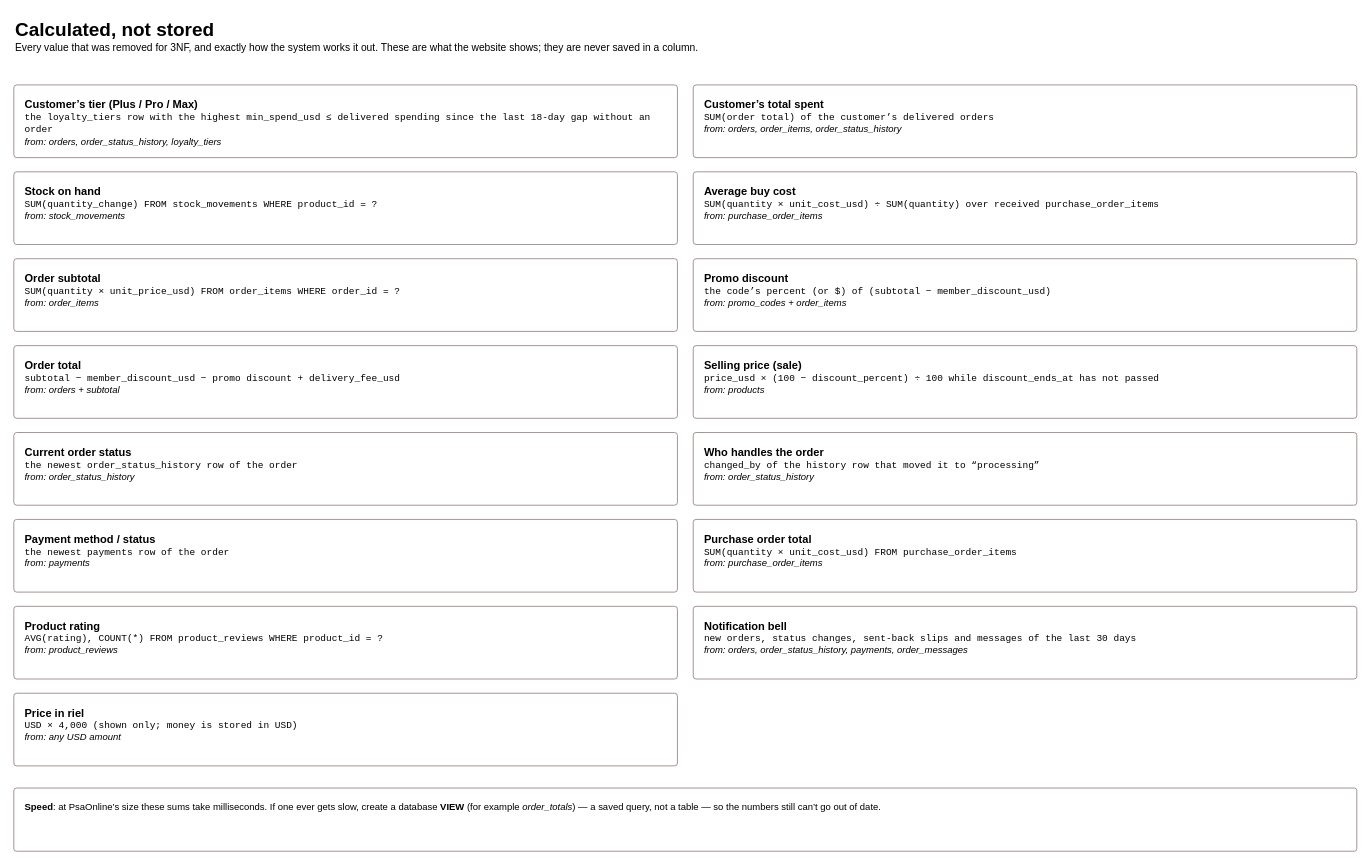
Cchheanglim/psaaccessoriesonline keeps this draw.io diagram as page "Calculated, not stored" (4 of 14) of docs/PsaOnline-database-3NF.drawio. Above is the earlier version. Source tidied: cells renumbered, new cells numbered last; positions are measured from the earlier drawing's top-left corner, leaving out a move shared by most shapes. Both pictures are drawn from the tidied source at 79%, with x=0, y=0 at pixel (13, 13).
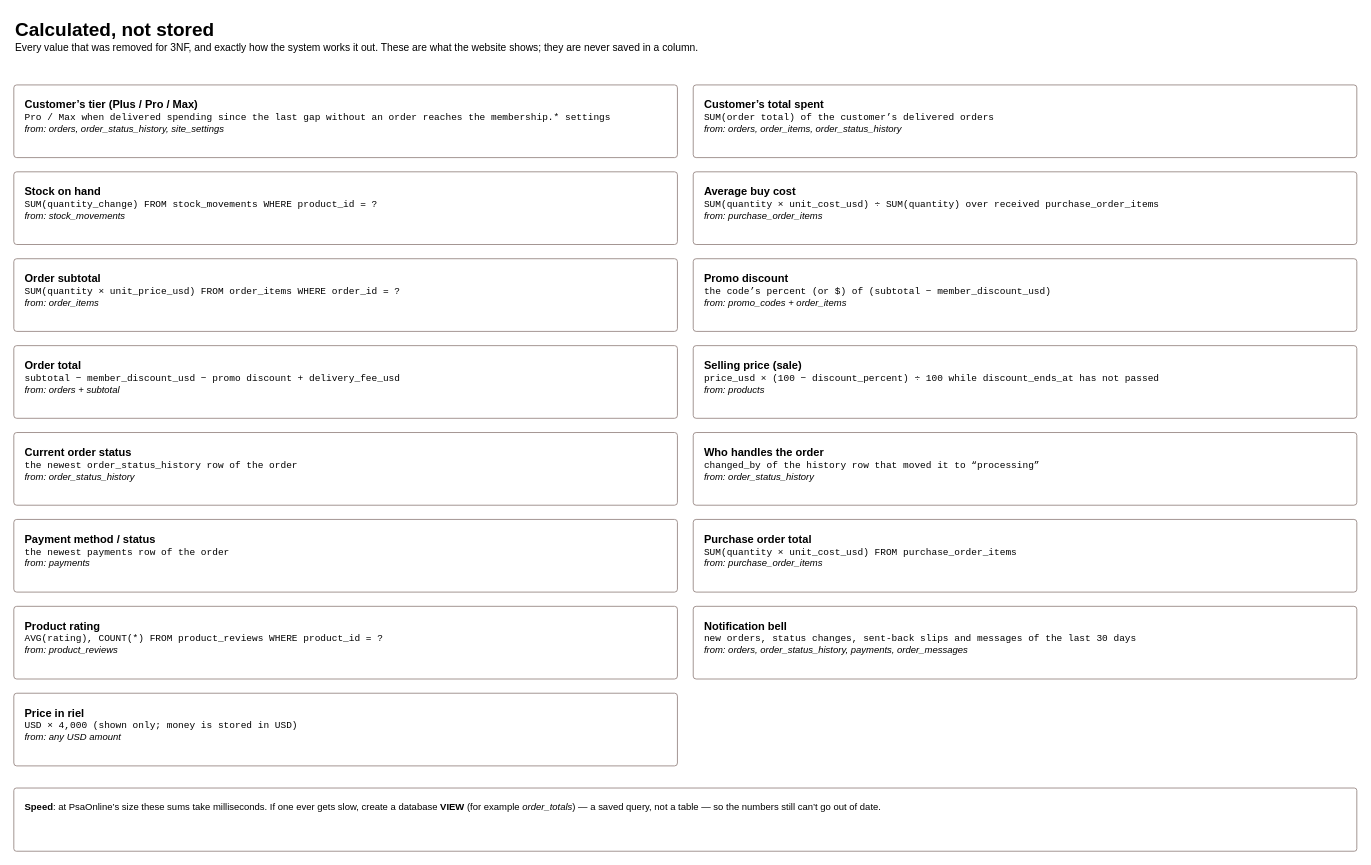
Above is the later version.

The edit, as a diff of the source:
```diff
@@
 <mxGraphModel>
   <root>
     <mxCell id="0" />
     <mxCell id="1" parent="0" />
     <mxCell id="2" value="&lt;b style=&quot;font-size:24px&quot;&gt;Calculated, not stored&lt;/b&gt;&lt;br&gt;&lt;span style=&quot;font-size:13px&quot;&gt;Every value that was removed for 3NF, and exactly how the system works it out. These are what the website shows; they are never saved in a column.&lt;/span&gt;" style="text;html=1;align=left;verticalAlign=top;whiteSpace=wrap;fontSize=13;" parent="1" vertex="1">
       <mxGeometry width="1700" height="70" as="geometry" />
     </mxCell>
-    <mxCell id="3" value="&lt;b style=&quot;font-size:14px&quot;&gt;Customer’s tier (Plus / Pro / Max)&lt;/b&gt;&lt;br&gt;&lt;span style=&quot;font-family:monospace&quot;&gt;the loyalty_tiers row with the highest min_spend_usd ≤ delivered spending since the last 18-day gap without an order&lt;/span&gt;&lt;br&gt;&lt;i&gt;from: orders, order_status_history, loyalty_tiers&lt;/i&gt;" style="rounded=1;arcSize=4;whiteSpace=wrap;html=1;align=left;verticalAlign=top;spacingLeft=12;spacingTop=10;spacingRight=12;fontSize=12;fontColor=#000000;fillColor=#FFFFFF;strokeColor=#8C7A76;" parent="1" vertex="1">
-      <mxGeometry y="90" width="840" height="92" as="geometry" />
-    </mxCell>
+    <mxCell id="19" value="&lt;b style=&quot;font-size:14px&quot;&gt;Customer’s tier (Plus / Pro / Max)&lt;/b&gt;&lt;br&gt;&lt;span style=&quot;font-family:monospace&quot;&gt;Pro / Max when delivered spending since the last gap without an order reaches the membership.* settings&lt;/span&gt;&lt;br&gt;&lt;i&gt;from: orders, order_status_history, site_settings&lt;/i&gt;" style="rounded=1;arcSize=4;whiteSpace=wrap;html=1;align=left;verticalAlign=top;spacingLeft=12;spacingTop=10;spacingRight=12;fontSize=12;fontColor=#000000;fillColor=#FFFFFF;strokeColor=#8C7A76;" parent="1" vertex="1">
+      <mxGeometry y="90" width="840" height="92" as="geometry" />
+    </mxCell>
     <mxCell id="4" value="&lt;b style=&quot;font-size:14px&quot;&gt;Customer’s total spent&lt;/b&gt;&lt;br&gt;&lt;span style=&quot;font-family:monospace&quot;&gt;SUM(order total) of the customer’s delivered orders&lt;/span&gt;&lt;br&gt;&lt;i&gt;from: orders, order_items, order_status_history&lt;/i&gt;" style="rounded=1;arcSize=4;whiteSpace=wrap;html=1;align=left;verticalAlign=top;spacingLeft=12;spacingTop=10;spacingRight=12;fontSize=12;fontColor=#000000;fillColor=#FFFFFF;strokeColor=#8C7A76;" parent="1" vertex="1">
       <mxGeometry x="860" y="90" width="840" height="92" as="geometry" />
     </mxCell>
     <mxCell id="5" value="&lt;b style=&quot;font-size:14px&quot;&gt;Stock on hand&lt;/b&gt;&lt;br&gt;&lt;span style=&quot;font-family:monospace&quot;&gt;SUM(quantity_change) FROM stock_movements WHERE product_id = ?&lt;/span&gt;&lt;br&gt;&lt;i&gt;from: stock_movements&lt;/i&gt;" style="rounded=1;arcSize=4;whiteSpace=wrap;html=1;align=left;verticalAlign=top;spacingLeft=12;spacingTop=10;spacingRight=12;fontSize=12;fontColor=#000000;fillColor=#FFFFFF;strokeColor=#8C7A76;" parent="1" vertex="1">
       <mxGeometry y="200" width="840" height="92" as="geometry" />
     </mxCell>
     <mxCell id="6" value="&lt;b style=&quot;font-size:14px&quot;&gt;Average buy cost&lt;/b&gt;&lt;br&gt;&lt;span style=&quot;font-family:monospace&quot;&gt;SUM(quantity × unit_cost_usd) ÷ SUM(quantity) over received purchase_order_items&lt;/span&gt;&lt;br&gt;&lt;i&gt;from: purchase_order_items&lt;/i&gt;" style="rounded=1;arcSize=4;whiteSpace=wrap;html=1;align=left;verticalAlign=top;spacingLeft=12;spacingTop=10;spacingRight=12;fontSize=12;fontColor=#000000;fillColor=#FFFFFF;strokeColor=#8C7A76;" parent="1" vertex="1">
       <mxGeometry x="860" y="200" width="840" height="92" as="geometry" />
     </mxCell>
     <mxCell id="7" value="&lt;b style=&quot;font-size:14px&quot;&gt;Order subtotal&lt;/b&gt;&lt;br&gt;&lt;span style=&quot;font-family:monospace&quot;&gt;SUM(quantity × unit_price_usd) FROM order_items WHERE order_id = ?&lt;/span&gt;&lt;br&gt;&lt;i&gt;from: order_items&lt;/i&gt;" style="rounded=1;arcSize=4;whiteSpace=wrap;html=1;align=left;verticalAlign=top;spacingLeft=12;spacingTop=10;spacingRight=12;fontSize=12;fontColor=#000000;fillColor=#FFFFFF;strokeColor=#8C7A76;" parent="1" vertex="1">
       <mxGeometry y="310" width="840" height="92" as="geometry" />
     </mxCell>
     <mxCell id="8" value="&lt;b style=&quot;font-size:14px&quot;&gt;Promo discount&lt;/b&gt;&lt;br&gt;&lt;span style=&quot;font-family:monospace&quot;&gt;the code’s percent (or $) of (subtotal − member_discount_usd)&lt;/span&gt;&lt;br&gt;&lt;i&gt;from: promo_codes + order_items&lt;/i&gt;" style="rounded=1;arcSize=4;whiteSpace=wrap;html=1;align=left;verticalAlign=top;spacingLeft=12;spacingTop=10;spacingRight=12;fontSize=12;fontColor=#000000;fillColor=#FFFFFF;strokeColor=#8C7A76;" parent="1" vertex="1">
       <mxGeometry x="860" y="310" width="840" height="92" as="geometry" />
     </mxCell>
     <mxCell id="9" value="&lt;b style=&quot;font-size:14px&quot;&gt;Order total&lt;/b&gt;&lt;br&gt;&lt;span style=&quot;font-family:monospace&quot;&gt;subtotal − member_discount_usd − promo discount + delivery_fee_usd&lt;/span&gt;&lt;br&gt;&lt;i&gt;from: orders + subtotal&lt;/i&gt;" style="rounded=1;arcSize=4;whiteSpace=wrap;html=1;align=left;verticalAlign=top;spacingLeft=12;spacingTop=10;spacingRight=12;fontSize=12;fontColor=#000000;fillColor=#FFFFFF;strokeColor=#8C7A76;" parent="1" vertex="1">
       <mxGeometry y="420" width="840" height="92" as="geometry" />
     </mxCell>
     <mxCell id="10" value="&lt;b style=&quot;font-size:14px&quot;&gt;Selling price (sale)&lt;/b&gt;&lt;br&gt;&lt;span style=&quot;font-family:monospace&quot;&gt;price_usd × (100 − discount_percent) ÷ 100 while discount_ends_at has not passed&lt;/span&gt;&lt;br&gt;&lt;i&gt;from: products&lt;/i&gt;" style="rounded=1;arcSize=4;whiteSpace=wrap;html=1;align=left;verticalAlign=top;spacingLeft=12;spacingTop=10;spacingRight=12;fontSize=12;fontColor=#000000;fillColor=#FFFFFF;strokeColor=#8C7A76;" parent="1" vertex="1">
       <mxGeometry x="860" y="420" width="840" height="92" as="geometry" />
     </mxCell>
     <mxCell id="11" value="&lt;b style=&quot;font-size:14px&quot;&gt;Current order status&lt;/b&gt;&lt;br&gt;&lt;span style=&quot;font-family:monospace&quot;&gt;the newest order_status_history row of the order&lt;/span&gt;&lt;br&gt;&lt;i&gt;from: order_status_history&lt;/i&gt;" style="rounded=1;arcSize=4;whiteSpace=wrap;html=1;align=left;verticalAlign=top;spacingLeft=12;spacingTop=10;spacingRight=12;fontSize=12;fontColor=#000000;fillColor=#FFFFFF;strokeColor=#8C7A76;" parent="1" vertex="1">
       <mxGeometry y="530" width="840" height="92" as="geometry" />
     </mxCell>
     <mxCell id="12" value="&lt;b style=&quot;font-size:14px&quot;&gt;Who handles the order&lt;/b&gt;&lt;br&gt;&lt;span style=&quot;font-family:monospace&quot;&gt;changed_by of the history row that moved it to “processing”&lt;/span&gt;&lt;br&gt;&lt;i&gt;from: order_status_history&lt;/i&gt;" style="rounded=1;arcSize=4;whiteSpace=wrap;html=1;align=left;verticalAlign=top;spacingLeft=12;spacingTop=10;spacingRight=12;fontSize=12;fontColor=#000000;fillColor=#FFFFFF;strokeColor=#8C7A76;" parent="1" vertex="1">
       <mxGeometry x="860" y="530" width="840" height="92" as="geometry" />
     </mxCell>
     <mxCell id="13" value="&lt;b style=&quot;font-size:14px&quot;&gt;Payment method / status&lt;/b&gt;&lt;br&gt;&lt;span style=&quot;font-family:monospace&quot;&gt;the newest payments row of the order&lt;/span&gt;&lt;br&gt;&lt;i&gt;from: payments&lt;/i&gt;" style="rounded=1;arcSize=4;whiteSpace=wrap;html=1;align=left;verticalAlign=top;spacingLeft=12;spacingTop=10;spacingRight=12;fontSize=12;fontColor=#000000;fillColor=#FFFFFF;strokeColor=#8C7A76;" parent="1" vertex="1">
       <mxGeometry y="640" width="840" height="92" as="geometry" />
     </mxCell>
     <mxCell id="14" value="&lt;b style=&quot;font-size:14px&quot;&gt;Purchase order total&lt;/b&gt;&lt;br&gt;&lt;span style=&quot;font-family:monospace&quot;&gt;SUM(quantity × unit_cost_usd) FROM purchase_order_items&lt;/span&gt;&lt;br&gt;&lt;i&gt;from: purchase_order_items&lt;/i&gt;" style="rounded=1;arcSize=4;whiteSpace=wrap;html=1;align=left;verticalAlign=top;spacingLeft=12;spacingTop=10;spacingRight=12;fontSize=12;fontColor=#000000;fillColor=#FFFFFF;strokeColor=#8C7A76;" parent="1" vertex="1">
       <mxGeometry x="860" y="640" width="840" height="92" as="geometry" />
     </mxCell>
     <mxCell id="15" value="&lt;b style=&quot;font-size:14px&quot;&gt;Product rating&lt;/b&gt;&lt;br&gt;&lt;span style=&quot;font-family:monospace&quot;&gt;AVG(rating), COUNT(*) FROM product_reviews WHERE product_id = ?&lt;/span&gt;&lt;br&gt;&lt;i&gt;from: product_reviews&lt;/i&gt;" style="rounded=1;arcSize=4;whiteSpace=wrap;html=1;align=left;verticalAlign=top;spacingLeft=12;spacingTop=10;spacingRight=12;fontSize=12;fontColor=#000000;fillColor=#FFFFFF;strokeColor=#8C7A76;" parent="1" vertex="1">
       <mxGeometry y="750" width="840" height="92" as="geometry" />
     </mxCell>
     <mxCell id="16" value="&lt;b style=&quot;font-size:14px&quot;&gt;Notification bell&lt;/b&gt;&lt;br&gt;&lt;span style=&quot;font-family:monospace&quot;&gt;new orders, status changes, sent-back slips and messages of the last 30 days&lt;/span&gt;&lt;br&gt;&lt;i&gt;from: orders, order_status_history, payments, order_messages&lt;/i&gt;" style="rounded=1;arcSize=4;whiteSpace=wrap;html=1;align=left;verticalAlign=top;spacingLeft=12;spacingTop=10;spacingRight=12;fontSize=12;fontColor=#000000;fillColor=#FFFFFF;strokeColor=#8C7A76;" parent="1" vertex="1">
       <mxGeometry x="860" y="750" width="840" height="92" as="geometry" />
     </mxCell>
     <mxCell id="17" value="&lt;b style=&quot;font-size:14px&quot;&gt;Price in riel&lt;/b&gt;&lt;br&gt;&lt;span style=&quot;font-family:monospace&quot;&gt;USD × 4,000 (shown only; money is stored in USD)&lt;/span&gt;&lt;br&gt;&lt;i&gt;from: any USD amount&lt;/i&gt;" style="rounded=1;arcSize=4;whiteSpace=wrap;html=1;align=left;verticalAlign=top;spacingLeft=12;spacingTop=10;spacingRight=12;fontSize=12;fontColor=#000000;fillColor=#FFFFFF;strokeColor=#8C7A76;" parent="1" vertex="1">
       <mxGeometry y="860" width="840" height="92" as="geometry" />
     </mxCell>
     <mxCell id="18" value="&lt;b&gt;Speed&lt;/b&gt;: at PsaOnline’s size these sums take milliseconds. If one ever gets slow, create a database &lt;b&gt;VIEW&lt;/b&gt; (for example &lt;i&gt;order_totals&lt;/i&gt;) — a saved query, not a table — so the numbers still can’t go out of date." style="rounded=1;arcSize=4;whiteSpace=wrap;html=1;align=left;verticalAlign=top;spacingLeft=12;spacingTop=10;spacingRight=12;fontSize=12;fontColor=#000000;fillColor=#FFFFFF;strokeColor=#8C7A76;" parent="1" vertex="1">
       <mxGeometry y="980" width="1700" height="80" as="geometry" />
     </mxCell>
   </root>
 </mxGraphModel>
```
